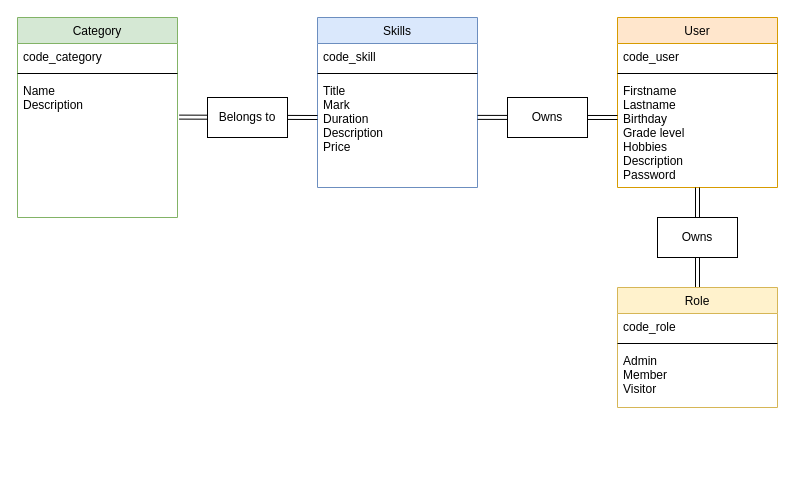
Before: SkillSwap MCD.drawio in MichaelKrakowiak/Draw.io, a draw.io diagram. Source tidied: cells renumbered, new cells numbered last; positions are measured from the earlier drawing's top-left corner, leaving out a move shared by most shapes. Both pictures are drawn from the tidied source at 100%, with x=0, y=0 at pixel (17, 17).
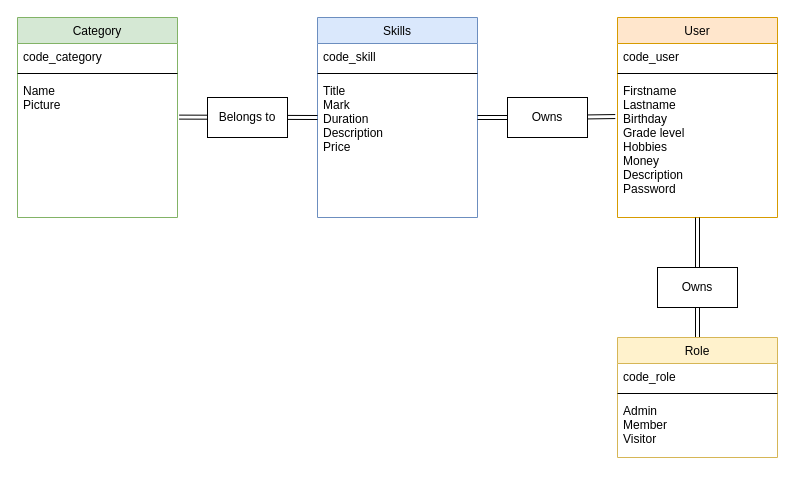
The same page after the edit.

Commit message:
Mettre à jour SkillSwap MCD.drawio

Unchanged cells that the change refers to:
```xml
<mxCell id="16" value="Category" style="swimlane;fontStyle=0;align=center;verticalAlign=top;horizontal=1;startSize=26;rounded=0;shadow=0;strokeWidth=1;fillColor=#d5e8d4;strokeColor=#82b366;" parent="1" vertex="1">
  <mxGeometry width="160" height="200" as="geometry" />
</mxCell>
```

What changed in the source:
```diff
@@
     <mxCell id="2" value="Skills" style="swimlane;fontStyle=0;align=center;verticalAlign=top;horizontal=1;startSize=26;rounded=0;shadow=0;strokeWidth=1;fillColor=#dae8fc;strokeColor=#6c8ebf;" parent="1" vertex="1">
-      <mxGeometry x="300" width="160" height="170" as="geometry" />
+      <mxGeometry x="300" width="160" height="200" as="geometry" />
     </mxCell>
@@
     <mxCell id="6" value="User" style="swimlane;fontStyle=0;align=center;verticalAlign=top;horizontal=1;startSize=26;rounded=0;shadow=0;strokeWidth=1;fillColor=#ffe6cc;strokeColor=#d79b00;" parent="1" vertex="1">
-      <mxGeometry x="600" width="160" height="170" as="geometry" />
+      <mxGeometry x="600" width="160" height="200" as="geometry" />
     </mxCell>
@@
-    <mxCell id="9" value="Firstname&#10;Lastname&#10;Birthday&#10;Grade level&#10;Hobbies&#10;Description&#10;Password" style="text;align=left;verticalAlign=top;spacingLeft=4;spacingRight=4;overflow=hidden;points=[[0,0.5],[1,0.5]];portConstraint=eastwest;" parent="6" vertex="1">
-      <mxGeometry y="60" width="160" height="110" as="geometry" />
+    <mxCell id="9" value="Firstname&#10;Lastname&#10;Birthday&#10;Grade level&#10;Hobbies&#10;Money&#10;Description&#10;Password" style="text;align=left;verticalAlign=top;spacingLeft=4;spacingRight=4;overflow=hidden;points=[[0,0.5],[1,0.5]];portConstraint=eastwest;" parent="6" vertex="1">
+      <mxGeometry y="60" width="160" height="140" as="geometry" />
     </mxCell>
@@
     <mxCell id="11" value="Role" style="swimlane;fontStyle=0;align=center;verticalAlign=top;horizontal=1;startSize=26;rounded=0;shadow=0;strokeWidth=1;fillColor=#fff2cc;strokeColor=#d6b656;" parent="1" vertex="1">
-      <mxGeometry x="600" y="270" width="160" height="120" as="geometry" />
+      <mxGeometry x="600" y="320" width="160" height="120" as="geometry" />
     </mxCell>
@@
-    <mxCell id="15" style="endArrow=open;shadow=0;strokeWidth=1;rounded=0;curved=0;endFill=1;edgeStyle=elbowEdgeStyle;elbow=vertical;shape=link;entryX=0;entryY=0.364;entryDx=0;entryDy=0;entryPerimeter=0;" parent="1" edge="1" target="9">
-      <mxGeometry x="0.5" y="41" relative="1" as="geometry">
-        <mxPoint x="460" y="99.9" as="sourcePoint" />
-        <mxPoint x="-40" y="32" as="offset" />
-      </mxGeometry>
-    </mxCell>
@@
-    <mxCell id="19" value="Name&#10;Description" style="text;align=left;verticalAlign=top;spacingLeft=4;spacingRight=4;overflow=hidden;points=[[0,0.5],[1,0.5]];portConstraint=eastwest;" parent="16" vertex="1">
+    <mxCell id="19" value="Name&#10;Picture" style="text;align=left;verticalAlign=top;spacingLeft=4;spacingRight=4;overflow=hidden;points=[[0,0.5],[1,0.5]];portConstraint=eastwest;" parent="16" vertex="1">
       <mxGeometry y="60" width="160" height="140" as="geometry" />
     </mxCell>
@@
+    <mxCell id="23" value="Owns" style="rounded=0;whiteSpace=wrap;html=1;" parent="1" vertex="1">
+      <mxGeometry x="640" y="250" width="80" height="40" as="geometry" />
+    </mxCell>
+    <mxCell id="24" style="edgeStyle=orthogonalEdgeStyle;rounded=0;jettySize=auto;html=1;entryX=-0.014;entryY=0.279;entryDx=0;entryDy=0;entryPerimeter=0;shape=link;" parent="1" edge="1" source="2" target="9">
+      <mxGeometry relative="1" as="geometry" />
+    </mxCell>
@@
-    <mxCell id="23" value="Owns" style="rounded=0;whiteSpace=wrap;html=1;" parent="1" vertex="1">
-      <mxGeometry x="640" y="200" width="80" height="40" as="geometry" />
-    </mxCell>
```
